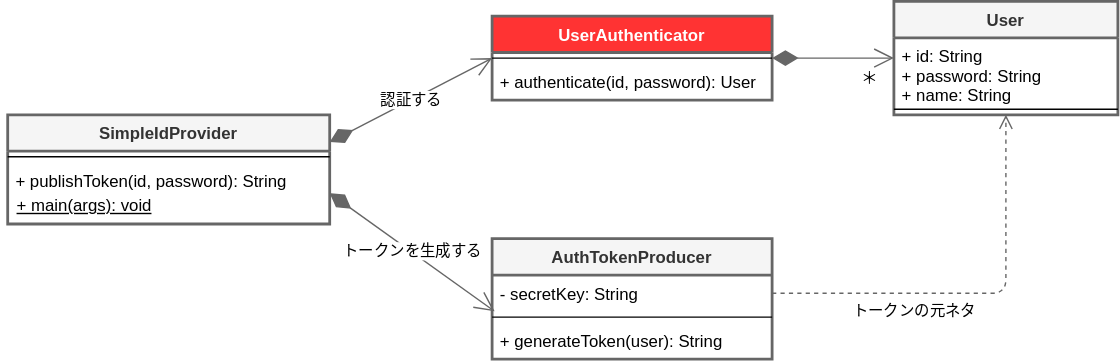
mamezou-tech/mamezou-tech-site keeps this draw.io diagram as src/img/blogs/2022/1231_rsa-simpleIdprovider-structure.drawio.svg. Above is the earlier version. Source tidied: cells renumbered, new cells last; positions are measured from the earlier drawing's top-left corner, leaving out a move shared by most shapes.
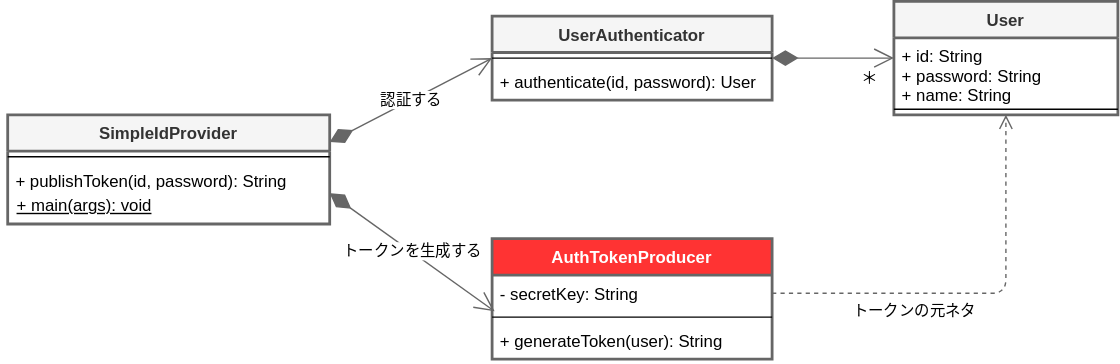
After the change.

Commit message:
fix review point

Change to the diagram source:
```diff
@@ -2,7 +2,7 @@
   <root>
     <mxCell id="0" />
     <mxCell id="1" parent="0" />
-    <mxCell id="2" value="AuthTokenProducer" style="swimlane;fontStyle=1;align=center;verticalAlign=top;horizontal=1;startSize=26;strokeWidth=2;fillColor=#f5f5f5;fontColor=#333333;strokeColor=#666666;" parent="1" vertex="1">
+    <mxCell id="2" value="AuthTokenProducer" style="swimlane;fontStyle=1;align=center;verticalAlign=top;horizontal=1;startSize=26;strokeWidth=2;fillColor=#FF3333;fontColor=#FFFFFF;strokeColor=#666666;" parent="1" vertex="1">
       <mxGeometry x="351" y="169" width="200" height="86" as="geometry" />
     </mxCell>
     <mxCell id="3" value="- secretKey: String" style="text;strokeColor=none;fillColor=none;align=left;verticalAlign=top;spacingLeft=4;spacingRight=4;overflow=hidden;points=[[0,0.5],[1,0.5]];portConstraint=eastwest;" parent="2" vertex="1">
@@ -14,7 +14,7 @@
     <mxCell id="5" value="+ generateToken(user): String" style="text;strokeColor=none;fillColor=none;align=left;verticalAlign=top;spacingLeft=4;spacingRight=4;overflow=hidden;" parent="2" vertex="1">
       <mxGeometry y="60" width="200" height="26" as="geometry" />
     </mxCell>
-    <mxCell id="6" value="UserAuthenticator" style="swimlane;fontStyle=1;align=center;verticalAlign=top;horizontal=1;startSize=26;strokeWidth=2;fillColor=#FF3333;fontColor=#FFFFFF;strokeColor=#666666;" parent="1" vertex="1">
+    <mxCell id="6" value="UserAuthenticator" style="swimlane;fontStyle=1;align=center;verticalAlign=top;horizontal=1;startSize=26;strokeWidth=2;fillColor=#F5F5F5;fontColor=#333333;strokeColor=#666666;" parent="1" vertex="1">
       <mxGeometry x="351" y="10" width="200" height="60" as="geometry" />
     </mxCell>
     <mxCell id="7" style="line;strokeWidth=1;fillColor=none;align=left;verticalAlign=middle;spacingTop=-1;spacingLeft=3;spacingRight=3;labelPosition=right;" parent="6" vertex="1">
```
